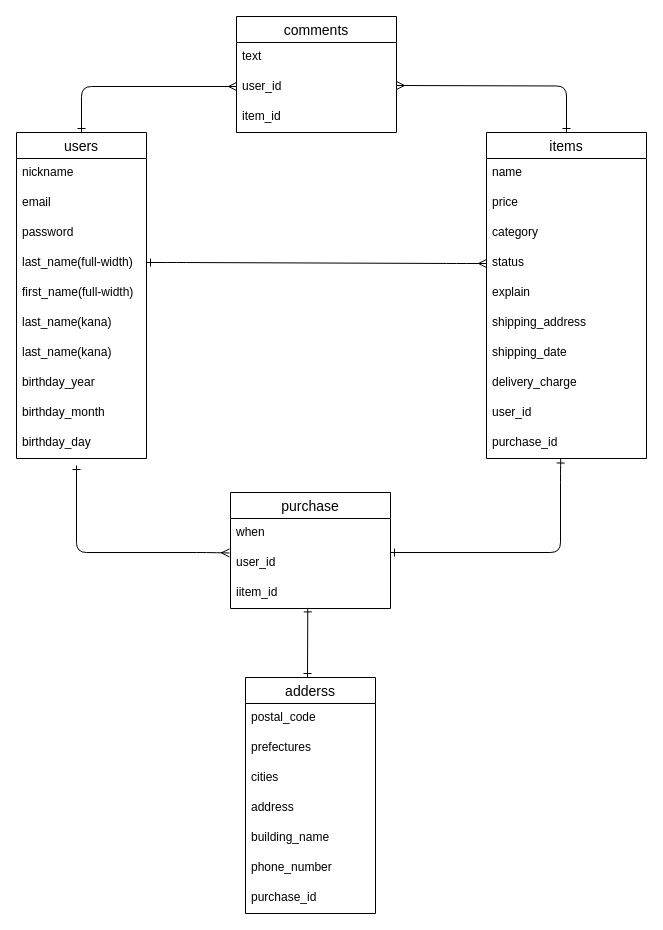
Above: furima.dio in Nao-fuji/furima-31076 (draw.io), before the change. Source tidied: cells renumbered, new cells numbered last; positions are measured from the earlier drawing's top-left corner, leaving out a move shared by most shapes. Both pictures are drawn from the tidied source at 100%, with x=0, y=0 at pixel (16, 16).
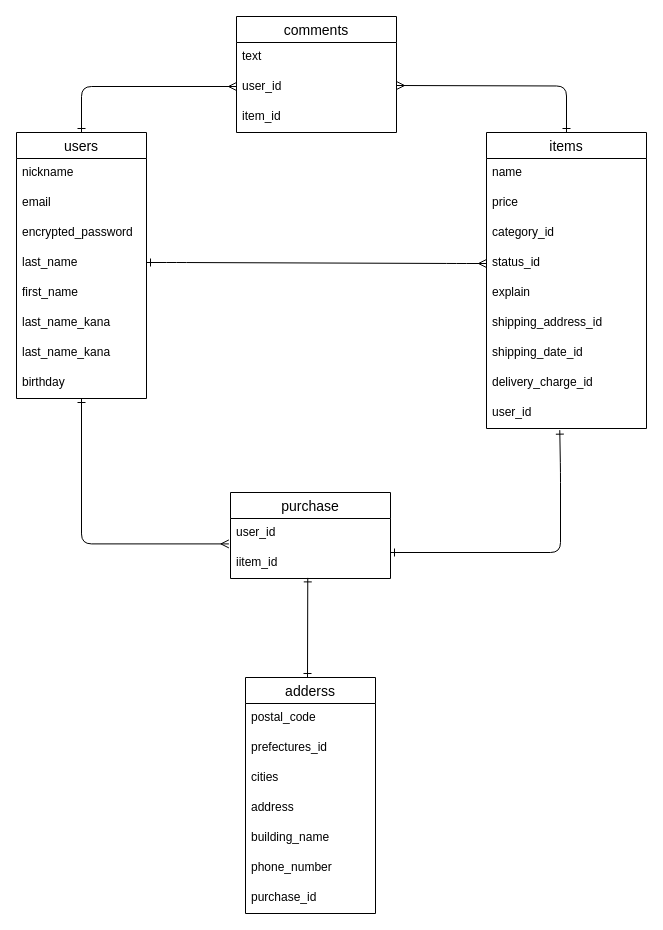
After the change.

Commit message:
データベース設計（修正２）

The change refers to these unchanged cells:
```xml
<mxCell id="22" value="user_id" style="text;strokeColor=none;fillColor=none;spacingLeft=4;spacingRight=4;overflow=hidden;points=[[0,0.5],[1,0.5]];portConstraint=eastwest;fontSize=12;" parent="13" vertex="1">
  <mxGeometry y="266" width="160" height="30" as="geometry" />
</mxCell>
<mxCell id="36" value="adderss" style="swimlane;fontStyle=0;horizontal=1;startSize=26;align=center;fontSize=14;" parent="1" vertex="1">
  <mxGeometry x="229" y="661" width="130" height="236" as="geometry" />
</mxCell>
```

Diff of the diagram source:
```diff
@@
     <mxCell id="2" value="users" style="swimlane;fontStyle=0;horizontal=1;startSize=26;align=center;fontSize=14;" parent="1" vertex="1">
-      <mxGeometry y="116" width="130" height="326" as="geometry" />
+      <mxGeometry y="116" width="130" height="266" as="geometry" />
     </mxCell>
@@
-    <mxCell id="5" value="password" style="text;strokeColor=none;fillColor=none;spacingLeft=4;spacingRight=4;overflow=hidden;fontSize=12;" parent="2" vertex="1">
+    <mxCell id="5" value="encrypted_password" style="text;strokeColor=none;fillColor=none;spacingLeft=4;spacingRight=4;overflow=hidden;fontSize=12;" parent="2" vertex="1">
       <mxGeometry y="86" width="130" height="30" as="geometry" />
     </mxCell>
-    <mxCell id="6" value="last_name(full-width)" style="text;strokeColor=none;fillColor=none;spacingLeft=4;spacingRight=4;overflow=hidden;fontSize=12;" parent="2" vertex="1">
+    <mxCell id="6" value="last_name" style="text;strokeColor=none;fillColor=none;spacingLeft=4;spacingRight=4;overflow=hidden;fontSize=12;" parent="2" vertex="1">
       <mxGeometry y="116" width="130" height="30" as="geometry" />
     </mxCell>
-    <mxCell id="7" value="first_name(full-width)" style="text;strokeColor=none;fillColor=none;spacingLeft=4;spacingRight=4;overflow=hidden;fontSize=12;" parent="2" vertex="1">
+    <mxCell id="7" value="first_name" style="text;strokeColor=none;fillColor=none;spacingLeft=4;spacingRight=4;overflow=hidden;fontSize=12;" parent="2" vertex="1">
       <mxGeometry y="146" width="130" height="30" as="geometry" />
     </mxCell>
-    <mxCell id="8" value="last_name(kana)" style="text;strokeColor=none;fillColor=none;spacingLeft=4;spacingRight=4;overflow=hidden;fontSize=12;" parent="2" vertex="1">
+    <mxCell id="8" value="last_name_kana" style="text;strokeColor=none;fillColor=none;spacingLeft=4;spacingRight=4;overflow=hidden;fontSize=12;" parent="2" vertex="1">
       <mxGeometry y="176" width="130" height="30" as="geometry" />
     </mxCell>
-    <mxCell id="9" value="last_name(kana)" style="text;strokeColor=none;fillColor=none;spacingLeft=4;spacingRight=4;overflow=hidden;fontSize=12;" parent="2" vertex="1">
+    <mxCell id="9" value="last_name_kana" style="text;strokeColor=none;fillColor=none;spacingLeft=4;spacingRight=4;overflow=hidden;fontSize=12;" parent="2" vertex="1">
       <mxGeometry y="206" width="130" height="30" as="geometry" />
     </mxCell>
-    <mxCell id="10" value="birthday_year" style="text;strokeColor=none;fillColor=none;spacingLeft=4;spacingRight=4;overflow=hidden;fontSize=12;" parent="2" vertex="1">
+    <mxCell id="10" value="birthday" style="text;strokeColor=none;fillColor=none;spacingLeft=4;spacingRight=4;overflow=hidden;fontSize=12;" parent="2" vertex="1">
       <mxGeometry y="236" width="130" height="30" as="geometry" />
     </mxCell>
-    <mxCell id="11" value="birthday_month" style="text;strokeColor=none;fillColor=none;spacingLeft=4;spacingRight=4;overflow=hidden;fontSize=12;" parent="2" vertex="1">
-      <mxGeometry y="266" width="130" height="30" as="geometry" />
-    </mxCell>
-    <mxCell id="12" value="birthday_day" style="text;strokeColor=none;fillColor=none;spacingLeft=4;spacingRight=4;overflow=hidden;fontSize=12;" parent="2" vertex="1">
-      <mxGeometry y="296" width="130" height="30" as="geometry" />
-    </mxCell>
     <mxCell id="13" value="items" style="swimlane;fontStyle=0;horizontal=1;startSize=26;align=center;fontSize=14;" parent="1" vertex="1">
-      <mxGeometry x="470" y="116" width="160" height="326" as="geometry" />
+      <mxGeometry x="470" y="116" width="160" height="296" as="geometry" />
     </mxCell>
@@
-    <mxCell id="16" value="category" style="text;strokeColor=none;fillColor=none;spacingLeft=4;spacingRight=4;overflow=hidden;fontSize=12;" parent="13" vertex="1">
-      <mxGeometry y="86" width="160" height="30" as="geometry" />
-    </mxCell>
+    <mxCell id="11" value="category_id" style="text;strokeColor=none;fillColor=none;spacingLeft=4;spacingRight=4;overflow=hidden;fontSize=12;" parent="13" vertex="1">
+      <mxGeometry y="86" width="160" height="30" as="geometry" />
+    </mxCell>
-    <mxCell id="17" value="status" style="text;strokeColor=none;fillColor=none;spacingLeft=4;spacingRight=4;overflow=hidden;points=[[0,0.5],[1,0.5]];portConstraint=eastwest;fontSize=12;" parent="13" vertex="1">
+    <mxCell id="17" value="status_id" style="text;strokeColor=none;fillColor=none;spacingLeft=4;spacingRight=4;overflow=hidden;points=[[0,0.5],[1,0.5]];portConstraint=eastwest;fontSize=12;" parent="13" vertex="1">
       <mxGeometry y="116" width="160" height="30" as="geometry" />
     </mxCell>
@@
-    <mxCell id="19" value="shipping_address" style="text;strokeColor=none;fillColor=none;spacingLeft=4;spacingRight=4;overflow=hidden;fontSize=12;" parent="13" vertex="1">
+    <mxCell id="19" value="shipping_address_id" style="text;strokeColor=none;fillColor=none;spacingLeft=4;spacingRight=4;overflow=hidden;fontSize=12;" parent="13" vertex="1">
       <mxGeometry y="176" width="160" height="30" as="geometry" />
     </mxCell>
-    <mxCell id="20" value="shipping_date" style="text;strokeColor=none;fillColor=none;spacingLeft=4;spacingRight=4;overflow=hidden;fontSize=12;" parent="13" vertex="1">
+    <mxCell id="20" value="shipping_date_id" style="text;strokeColor=none;fillColor=none;spacingLeft=4;spacingRight=4;overflow=hidden;fontSize=12;" parent="13" vertex="1">
       <mxGeometry y="206" width="160" height="30" as="geometry" />
     </mxCell>
-    <mxCell id="21" value="delivery_charge" style="text;strokeColor=none;fillColor=none;spacingLeft=4;spacingRight=4;overflow=hidden;fontSize=12;" parent="13" vertex="1">
+    <mxCell id="21" value="delivery_charge_id" style="text;strokeColor=none;fillColor=none;spacingLeft=4;spacingRight=4;overflow=hidden;fontSize=12;" parent="13" vertex="1">
       <mxGeometry y="236" width="160" height="30" as="geometry" />
     </mxCell>
@@
-    <mxCell id="23" value="purchase_id" style="text;strokeColor=none;fillColor=none;spacingLeft=4;spacingRight=4;overflow=hidden;points=[[0,0.5],[1,0.5]];portConstraint=eastwest;fontSize=12;" parent="13" vertex="1">
-      <mxGeometry y="296" width="160" height="30" as="geometry" />
-    </mxCell>
@@
     <mxCell id="25" value="purchase" style="swimlane;fontStyle=0;horizontal=1;startSize=26;align=center;fontSize=14;" parent="1" vertex="1">
-      <mxGeometry x="214" y="476" width="160" height="116" as="geometry" />
+      <mxGeometry x="214" y="476" width="160" height="86" as="geometry" />
     </mxCell>
-    <mxCell id="26" value="when" style="text;strokeColor=none;fillColor=none;spacingLeft=4;spacingRight=4;overflow=hidden;fontSize=12;" parent="25" vertex="1">
-      <mxGeometry y="26" width="160" height="30" as="geometry" />
-    </mxCell>
     <mxCell id="27" value="user_id" style="text;strokeColor=none;fillColor=none;spacingLeft=4;spacingRight=4;overflow=hidden;points=[[0,0.5],[1,0.5]];portConstraint=eastwest;fontSize=12;" parent="25" vertex="1">
-      <mxGeometry y="56" width="160" height="30" as="geometry" />
+      <mxGeometry y="26" width="160" height="30" as="geometry" />
     </mxCell>
     <mxCell id="28" value="iitem_id" style="text;strokeColor=none;fillColor=none;spacingLeft=4;spacingRight=4;overflow=hidden;points=[[0,0.5],[1,0.5]];portConstraint=eastwest;fontSize=12;" parent="25" vertex="1">
-      <mxGeometry y="86" width="160" height="30" as="geometry" />
+      <mxGeometry y="56" width="160" height="30" as="geometry" />
     </mxCell>
-    <mxCell id="29" style="edgeStyle=orthogonalEdgeStyle;fontSize=12;html=1;endArrow=ERone;startArrow=ERone;startFill=0;strokeWidth=1;entryX=0.464;entryY=1.017;entryDx=0;entryDy=0;entryPerimeter=0;endFill=0;" parent="1" edge="1" target="23">
+    <mxCell id="29" style="edgeStyle=orthogonalEdgeStyle;fontSize=12;html=1;endArrow=ERone;startArrow=ERone;startFill=0;strokeWidth=1;entryX=0.458;entryY=1.055;entryDx=0;entryDy=0;entryPerimeter=0;endFill=0;" parent="1" edge="1" target="22">
       <mxGeometry relative="1" as="geometry">
         <mxPoint x="374" y="536" as="sourcePoint" />
         <Array as="points">
           <mxPoint x="544" y="536" />
           <mxPoint x="544" y="456" />
-          <mxPoint x="544" y="456" />
+          <mxPoint x="543" y="456" />
         </Array>
       </mxGeometry>
     </mxCell>
-    <mxCell id="30" style="edgeStyle=orthogonalEdgeStyle;fontSize=12;html=1;endArrow=ERmany;startArrow=ERone;startFill=0;strokeWidth=1;elbow=vertical;entryX=-0.007;entryY=0.149;entryDx=0;entryDy=0;entryPerimeter=0;" parent="1" edge="1" target="27">
+    <mxCell id="30" style="edgeStyle=orthogonalEdgeStyle;fontSize=12;html=1;endArrow=ERmany;startArrow=ERone;startFill=0;strokeWidth=1;elbow=vertical;entryX=-0.01;entryY=0.847;entryDx=0;entryDy=0;entryPerimeter=0;exitX=0.5;exitY=1;exitDx=0;exitDy=0;" parent="1" edge="1" source="2" target="27">
       <mxGeometry relative="1" as="geometry">
-        <mxPoint x="60" y="449" as="sourcePoint" />
         <Array as="points">
-          <mxPoint x="60" y="536" />
-          <mxPoint x="190" y="536" />
+          <mxPoint x="65" y="527" />
+          <mxPoint x="212" y="527" />
         </Array>
       </mxGeometry>
     </mxCell>
@@
-    <mxCell id="38" value="prefectures" style="text;strokeColor=none;fillColor=none;spacingLeft=4;spacingRight=4;overflow=hidden;fontSize=12;" parent="36" vertex="1">
+    <mxCell id="38" value="prefectures_id" style="text;strokeColor=none;fillColor=none;spacingLeft=4;spacingRight=4;overflow=hidden;fontSize=12;" parent="36" vertex="1">
       <mxGeometry y="56" width="130" height="30" as="geometry" />
     </mxCell>
```
